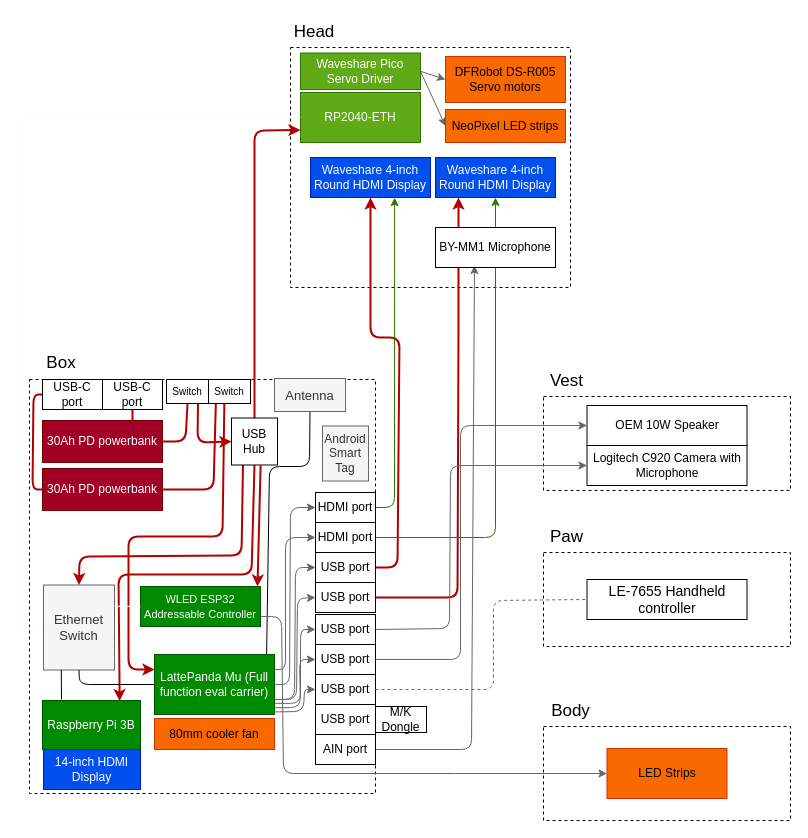
Earlier version of the draw.io diagram Planning/Hardware.drawio (MekhyW/DYNAMO-Electronic-Fursuit-3.0). Source tidied: cells renumbered, new cells numbered last; positions are measured from the earlier drawing's top-left corner, leaving out a move shared by most shapes. Both pictures are drawn from the tidied source at 100%, with x=0, y=0 at pixel (17, 17).
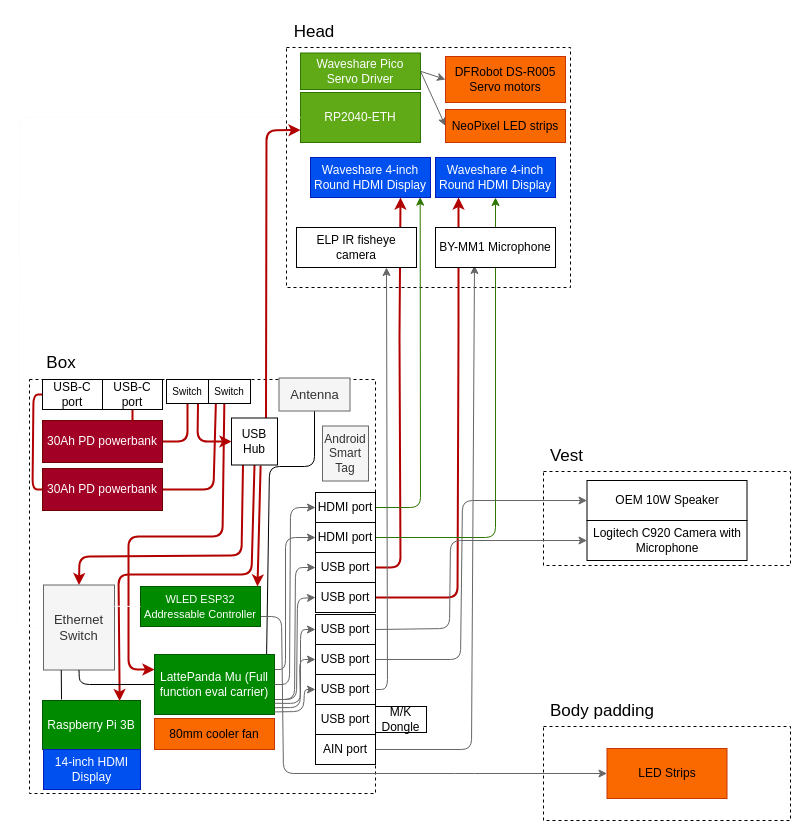
After the change.

The change refers to these unchanged cells:
```xml
<mxCell id="6" value="RP2040-ETH" style="rounded=0;whiteSpace=wrap;html=1;fillColor=#60a917;fontColor=#ffffff;strokeColor=#2D7600;" parent="1" vertex="1">
  <mxGeometry x="283" y="75" width="120" height="50" as="geometry" />
</mxCell>
<mxCell id="12" value="30Ah PD powerbank" style="rounded=0;whiteSpace=wrap;html=1;fillColor=#a20025;fontColor=#ffffff;strokeColor=#6F0000;" parent="1" vertex="1">
  <mxGeometry x="25" y="403" width="120" height="42" as="geometry" />
</mxCell>
<mxCell id="18" value="LattePanda Mu (Full function eval carrier)" style="rounded=0;whiteSpace=wrap;html=1;fillColor=#008a00;fontColor=#ffffff;strokeColor=#005700;" parent="1" vertex="1">
  <mxGeometry x="137" y="637" width="120" height="60" as="geometry" />
</mxCell>
<mxCell id="21" value="Waveshare 4-inch Round HDMI Display" style="rounded=0;whiteSpace=wrap;html=1;fillColor=#0050ef;fontColor=#ffffff;strokeColor=#001DBC;" parent="1" vertex="1">
  <mxGeometry x="293" y="140" width="120" height="40" as="geometry" />
</mxCell>
<mxCell id="25" value="HDMI port" style="rounded=0;whiteSpace=wrap;html=1;" parent="1" vertex="1">
  <mxGeometry x="298" y="475" width="60" height="30" as="geometry" />
</mxCell>
<mxCell id="29" value="USB port" style="rounded=0;whiteSpace=wrap;html=1;" parent="1" vertex="1">
  <mxGeometry x="298" y="597" width="60" height="30" as="geometry" />
</mxCell>
<mxCell id="31" value="USB port" style="rounded=0;whiteSpace=wrap;html=1;" parent="1" vertex="1">
  <mxGeometry x="298" y="627" width="60" height="30" as="geometry" />
</mxCell>
<mxCell id="46" value="USB port" style="rounded=0;whiteSpace=wrap;html=1;" parent="1" vertex="1">
  <mxGeometry x="298" y="657" width="60" height="30" as="geometry" />
</mxCell>
<mxCell id="69" value="USB Hub" style="rounded=0;whiteSpace=wrap;html=1;" parent="1" vertex="1">
  <mxGeometry x="214" y="400.5" width="46" height="47" as="geometry" />
</mxCell>
<mxCell id="71" value="&lt;span style=&quot;font-size: 10px;&quot;&gt;Switch&lt;/span&gt;" style="rounded=0;whiteSpace=wrap;html=1;direction=west;" parent="1" vertex="1">
  <mxGeometry x="149" y="362" width="42" height="24" as="geometry" />
</mxCell>
<mxCell id="75" value="USB port" style="rounded=0;whiteSpace=wrap;html=1;" parent="1" vertex="1">
  <mxGeometry x="298" y="535" width="60" height="30" as="geometry" />
</mxCell>
```

Diff of the diagram source:
```diff
@@
     <mxCell id="3" style="rounded=0;whiteSpace=wrap;html=1;dashed=1;" parent="1" vertex="1">
-      <mxGeometry x="526" y="379" width="247" height="94" as="geometry" />
+      <mxGeometry x="526" y="454" width="247" height="94" as="geometry" />
     </mxCell>
     <mxCell id="4" style="rounded=0;whiteSpace=wrap;html=1;dashed=1;" parent="1" vertex="1">
-      <mxGeometry x="273" y="30" width="280" height="240" as="geometry" />
+      <mxGeometry x="269" y="30" width="284" height="240" as="geometry" />
     </mxCell>
@@
     <mxCell id="11" style="edgeStyle=none;html=1;exitX=1;exitY=0.5;exitDx=0;exitDy=0;entryX=0.5;entryY=0;entryDx=0;entryDy=0;strokeColor=#B20000;strokeWidth=2;fontSize=10;endArrow=none;endFill=0;" parent="1" edge="1" source="12" target="71">
       <mxGeometry relative="1" as="geometry">
         <Array as="points">
-          <mxPoint x="168" y="424" />
+          <mxPoint x="170" y="424" />
         </Array>
       </mxGeometry>
     </mxCell>
@@
     <mxCell id="13" style="edgeStyle=none;html=1;exitX=1;exitY=0.5;exitDx=0;exitDy=0;entryX=0;entryY=0.5;entryDx=0;entryDy=0;fillColor=#f5f5f5;strokeColor=#666666;" parent="1" edge="1" source="31" target="34">
       <mxGeometry relative="1" as="geometry">
         <Array as="points">
           <mxPoint x="443" y="642" />
-          <mxPoint x="443" y="408" />
+          <mxPoint x="445" y="483" />
         </Array>
       </mxGeometry>
     </mxCell>
@@
     <mxCell id="17" style="edgeStyle=none;html=1;exitX=0.934;exitY=0.015;exitDx=0;exitDy=0;entryX=0.5;entryY=1;entryDx=0;entryDy=0;exitPerimeter=0;endArrow=none;endFill=0;" parent="1" edge="1" source="18" target="58">
       <mxGeometry relative="1" as="geometry">
         <Array as="points">
           <mxPoint x="252" y="449" />
-          <mxPoint x="292" y="449" />
+          <mxPoint x="297" y="449" />
         </Array>
       </mxGeometry>
     </mxCell>
@@
-    <mxCell id="22" style="edgeStyle=none;html=1;exitX=1;exitY=0.5;exitDx=0;exitDy=0;entryX=0.5;entryY=1;entryDx=0;entryDy=0;fillColor=#e51400;strokeColor=#B20000;strokeWidth=2;" parent="1" edge="1" source="75" target="21">
+    <mxCell id="22" style="edgeStyle=none;html=1;exitX=1;exitY=0.5;exitDx=0;exitDy=0;entryX=0.75;entryY=1;entryDx=0;entryDy=0;fillColor=#e51400;strokeColor=#B20000;strokeWidth=2;" parent="1" edge="1" source="75" target="21">
       <mxGeometry relative="1" as="geometry">
         <Array as="points">
-          <mxPoint x="380" y="550" />
+          <mxPoint x="383" y="550" />
           <mxPoint x="382" y="320" />
-          <mxPoint x="353" y="320" />
         </Array>
       </mxGeometry>
     </mxCell>
@@
-    <mxCell id="24" style="edgeStyle=none;html=1;exitX=1;exitY=0.5;exitDx=0;exitDy=0;entryX=0.701;entryY=1.004;entryDx=0;entryDy=0;strokeColor=#2D7600;strokeWidth=1;startArrow=none;startFill=0;entryPerimeter=0;fillColor=#60a917;" parent="1" edge="1" source="25" target="21">
+    <mxCell id="24" style="edgeStyle=none;html=1;exitX=1;exitY=0.5;exitDx=0;exitDy=0;entryX=0.914;entryY=0.99;entryDx=0;entryDy=0;strokeColor=#2D7600;strokeWidth=1;startArrow=none;startFill=0;entryPerimeter=0;fillColor=#60a917;" parent="1" edge="1" source="25" target="21">
       <mxGeometry relative="1" as="geometry">
         <Array as="points">
-          <mxPoint x="377" y="490" />
+          <mxPoint x="403" y="490" />
         </Array>
       </mxGeometry>
     </mxCell>
@@
     <mxCell id="28" style="edgeStyle=none;html=1;exitX=1;exitY=0.5;exitDx=0;exitDy=0;entryX=0;entryY=0.5;entryDx=0;entryDy=0;endArrow=classic;endFill=1;fillColor=#f5f5f5;strokeColor=#666666;" parent="1" edge="1" source="29" target="61">
       <mxGeometry relative="1" as="geometry">
         <Array as="points">
           <mxPoint x="432" y="611" />
-          <mxPoint x="433" y="448" />
+          <mxPoint x="433" y="523" />
         </Array>
       </mxGeometry>
     </mxCell>
@@
     <mxCell id="34" value="&lt;font style=&quot;&quot;&gt;OEM 10W Speaker&lt;/font&gt;" style="rounded=0;whiteSpace=wrap;html=1;" parent="1" vertex="1">
-      <mxGeometry x="569.5" y="388" width="160" height="40" as="geometry" />
+      <mxGeometry x="569.5" y="463" width="160" height="40" as="geometry" />
     </mxCell>
@@
-    <mxCell id="38" style="rounded=0;whiteSpace=wrap;html=1;dashed=1;" parent="1" vertex="1">
-      <mxGeometry x="526" y="535" width="247" height="94" as="geometry" />
-    </mxCell>
-    <mxCell id="39" value="&lt;font style=&quot;font-size: 14px;&quot;&gt;LE-7655 Handheld controller&lt;/font&gt;" style="rounded=0;whiteSpace=wrap;html=1;" parent="1" vertex="1">
-      <mxGeometry x="569.5" y="562" width="160" height="40" as="geometry" />
-    </mxCell>
@@
     <mxCell id="42" value="&lt;span style=&quot;font-size: 17px;&quot;&gt;Vest&lt;/span&gt;" style="text;html=1;align=center;verticalAlign=middle;whiteSpace=wrap;rounded=0;" parent="1" vertex="1">
-      <mxGeometry x="526" y="349" width="46.5" height="30" as="geometry" />
+      <mxGeometry x="526" y="424" width="46.5" height="30" as="geometry" />
     </mxCell>
-    <mxCell id="43" value="&lt;font style=&quot;font-size: 17px;&quot;&gt;Paw&lt;/font&gt;" style="text;html=1;align=center;verticalAlign=middle;whiteSpace=wrap;rounded=0;" parent="1" vertex="1">
-      <mxGeometry x="526" y="505" width="46.5" height="30" as="geometry" />
-    </mxCell>
@@
-    <mxCell id="45" style="edgeStyle=none;html=1;exitX=0.5;exitY=0;exitDx=0;exitDy=0;entryX=0;entryY=0.75;entryDx=0;entryDy=0;endArrow=classic;endFill=1;strokeColor=#B20000;strokeWidth=2;" parent="1" edge="1" source="69" target="6">
+    <mxCell id="45" style="edgeStyle=none;html=1;exitX=0.75;exitY=0;exitDx=0;exitDy=0;entryX=0;entryY=0.75;entryDx=0;entryDy=0;endArrow=classic;endFill=1;strokeColor=#B20000;strokeWidth=2;" parent="1" edge="1" source="69" target="6">
       <mxGeometry relative="1" as="geometry">
         <Array as="points">
-          <mxPoint x="237" y="113" />
+          <mxPoint x="249" y="113" />
         </Array>
       </mxGeometry>
     </mxCell>
@@
     <mxCell id="58" value="Antenna" style="whiteSpace=wrap;html=1;labelBackgroundColor=none;fontSize=13;fillColor=#f5f5f5;fontColor=#333333;strokeColor=#666666;" parent="1" vertex="1">
-      <mxGeometry x="257" y="361" width="71" height="33" as="geometry" />
+      <mxGeometry x="261.5" y="360.5" width="71" height="33" as="geometry" />
     </mxCell>
@@
     <mxCell id="61" value="&lt;font style=&quot;&quot;&gt;Logitech C920 Camera with Microphone&lt;/font&gt;" style="rounded=0;whiteSpace=wrap;html=1;" parent="1" vertex="1">
-      <mxGeometry x="569.5" y="428" width="160" height="40" as="geometry" />
+      <mxGeometry x="569.5" y="503" width="160" height="40" as="geometry" />
     </mxCell>
-    <mxCell id="62" style="edgeStyle=none;html=1;exitX=1;exitY=0.5;exitDx=0;exitDy=0;entryX=0;entryY=0.5;entryDx=0;entryDy=0;endArrow=none;endFill=0;fillColor=#f5f5f5;strokeColor=#666666;dashed=1;" parent="1" edge="1" source="46" target="39">
-      <mxGeometry relative="1" as="geometry">
-        <Array as="points">
-          <mxPoint x="476" y="672" />
-          <mxPoint x="476" y="583" />
-        </Array>
-      </mxGeometry>
-    </mxCell>
-    <mxCell id="63" value="&lt;font style=&quot;font-size: 17px;&quot;&gt;Body&lt;/font&gt;" style="text;html=1;align=center;verticalAlign=middle;whiteSpace=wrap;rounded=0;" parent="1" vertex="1">
-      <mxGeometry x="530" y="679" width="46.5" height="30" as="geometry" />
+    <mxCell id="63" value="&lt;font style=&quot;font-size: 17px;&quot;&gt;Body padding&lt;/font&gt;" style="text;html=1;align=center;verticalAlign=middle;whiteSpace=wrap;rounded=0;" parent="1" vertex="1">
+      <mxGeometry x="530" y="679" width="110" height="30" as="geometry" />
     </mxCell>
@@
     <mxCell id="70" style="edgeStyle=none;html=1;exitX=0.25;exitY=0;exitDx=0;exitDy=0;entryX=0;entryY=0.5;entryDx=0;entryDy=0;strokeColor=#B20000;strokeWidth=2;fontSize=10;endArrow=classic;endFill=1;" parent="1" edge="1" source="71" target="69">
       <mxGeometry relative="1" as="geometry">
         <Array as="points">
-          <mxPoint x="180" y="425" />
+          <mxPoint x="180" y="424" />
         </Array>
       </mxGeometry>
     </mxCell>
@@
+    <mxCell id="81" value="ELP IR fisheye camera" style="rounded=0;whiteSpace=wrap;html=1;" parent="1" vertex="1">
+      <mxGeometry x="279" y="210" width="120" height="40" as="geometry" />
+    </mxCell>
+    <mxCell id="82" style="edgeStyle=none;html=1;exitX=1;exitY=0.5;exitDx=0;exitDy=0;strokeColor=#666666;strokeWidth=1;fontSize=8;startArrow=none;startFill=0;fillColor=#f5f5f5;entryX=0.75;entryY=1;entryDx=0;entryDy=0;" parent="1" edge="1" source="46" target="81">
+      <mxGeometry relative="1" as="geometry">
+        <Array as="points">
+          <mxPoint x="370" y="672" />
+        </Array>
+      </mxGeometry>
+    </mxCell>
```
